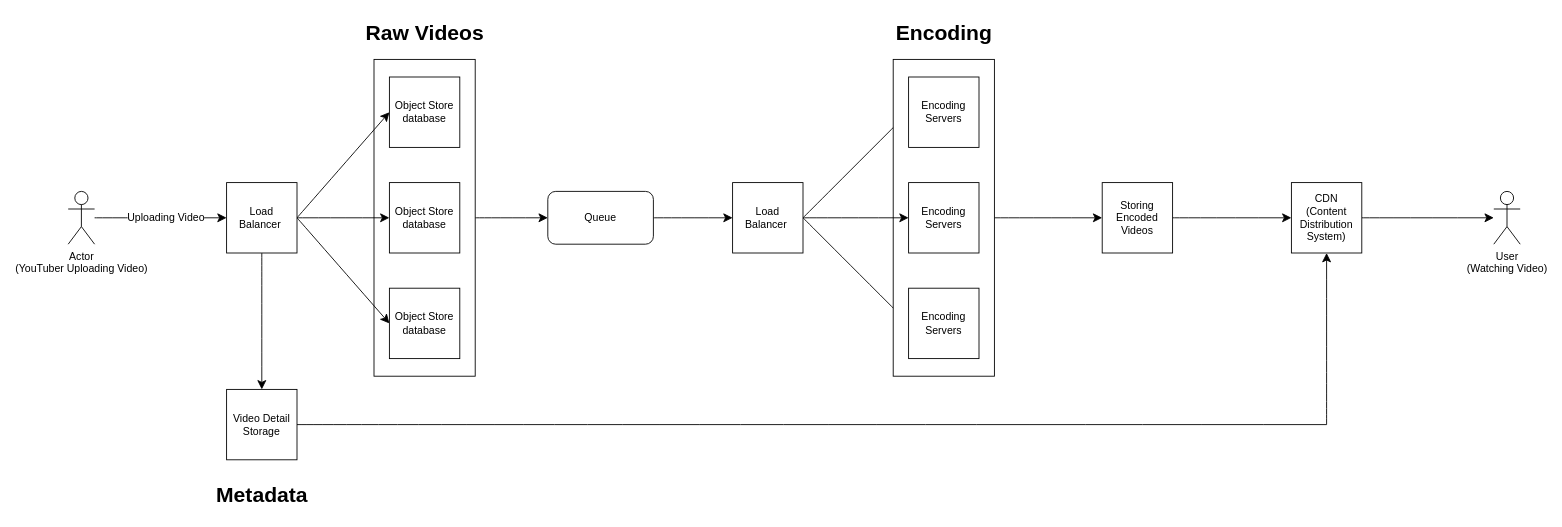
The draw.io diagram Diagram.drawio in AmirAhmadianEDU/Youtube-System-Design, before the edit. Source tidied: cells renumbered, new cells numbered last; positions are measured from the earlier drawing's top-left corner, leaving out a move shared by most shapes. Both pictures are drawn from the tidied source at 88%, with x=0, y=0 at pixel (68, 15).
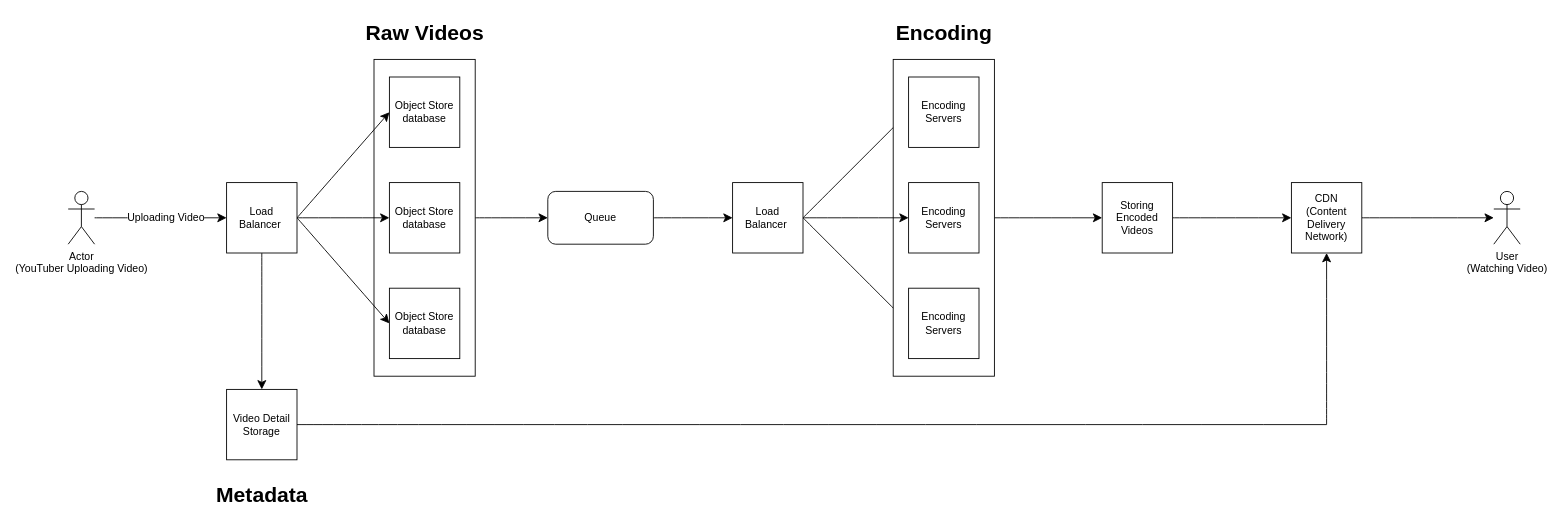
The same page after the edit.

What changed in the source:
```diff
@@
-    <mxCell id="34" value="&lt;div&gt;CDN&lt;/div&gt;&lt;div&gt;(Content Distribution System)&lt;/div&gt;" style="whiteSpace=wrap;html=1;" parent="1" vertex="1">
+    <mxCell id="34" value="&lt;div&gt;CDN&lt;/div&gt;&lt;div&gt;(&lt;span lang=&quot;en&quot; class=&quot;BxUVEf ILfuVd&quot;&gt;&lt;span class=&quot;hgKElc&quot;&gt;Content Delivery Network&lt;/span&gt;&lt;/span&gt;)&lt;/div&gt;" style="whiteSpace=wrap;html=1;" parent="1" vertex="1">
       <mxGeometry x="1390" y="190" width="80" height="80" as="geometry" />
     </mxCell>
```
